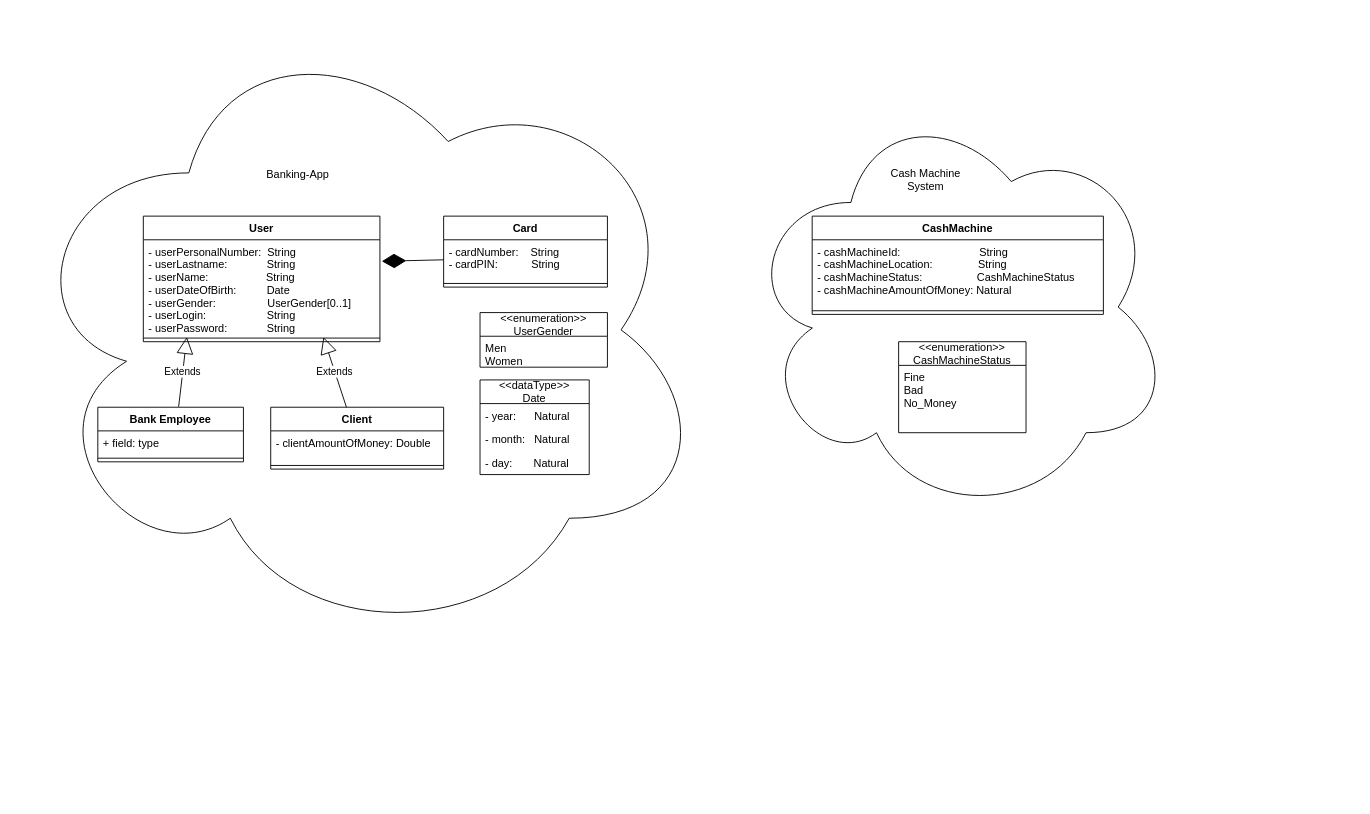
Before: system-documents/project_model.drawio in ramzesmosiej/banking-system, a draw.io diagram. Source tidied: cells renumbered, new cells numbered last; positions are measured from the earlier drawing's top-left corner, leaving out a move shared by most shapes. Both pictures are drawn from the tidied source at 91%, with x=0, y=0 at pixel (15, 15).
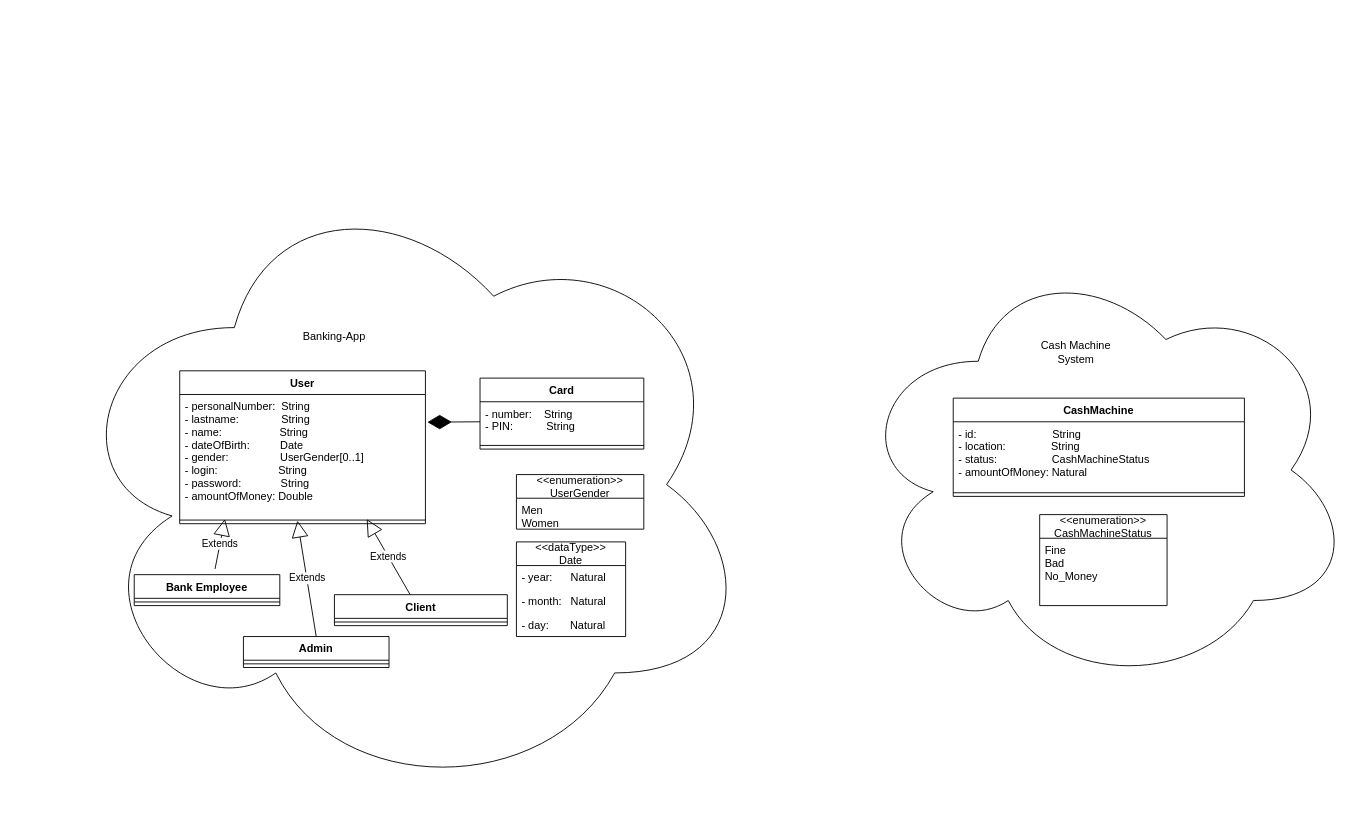
After the change.

Commit message (it also covers changes not shown here):
correct table property names, add admin entity, remove screens now there is one jpg file

The edit, as a diff of the source:
```diff
@@
     <mxCell id="2" style="ellipse;shape=cloud;whiteSpace=wrap;html=1;" parent="1" vertex="1">
-      <mxGeometry x="800" y="90" width="470" height="460" as="geometry" />
+      <mxGeometry x="920" y="260" width="550" height="478" as="geometry" />
     </mxCell>
     <mxCell id="3" style="ellipse;shape=cloud;whiteSpace=wrap;html=1;" parent="1" vertex="1">
-      <mxGeometry width="760" height="690" as="geometry" />
+      <mxGeometry x="50" y="170" width="760" height="690" as="geometry" />
     </mxCell>
     <mxCell id="4" value="User" style="swimlane;fontStyle=1;align=center;verticalAlign=top;horizontal=1;startSize=26;" parent="1" vertex="1">
-      <mxGeometry x="140" y="220" width="260" height="138" as="geometry" />
+      <mxGeometry x="180" y="390" width="270" height="168" as="geometry" />
     </mxCell>
-    <mxCell id="5" value="- userPersonalNumber:  String&#10;- userLastname:             String&#10;- userName:                   String&#10;- userDateOfBirth:          Date&#10;- userGender:                 UserGender[0..1]&#10;- userLogin:                    String&#10;- userPassword:             String" style="text;strokeColor=none;fillColor=none;align=left;verticalAlign=top;spacingLeft=4;spacingRight=4;overflow=hidden;points=[[0,0.5],[1,0.5]];portConstraint=eastwest;" parent="4" vertex="1">
-      <mxGeometry y="26" width="260" height="104" as="geometry" />
+    <mxCell id="5" value="- personalNumber:  String&#10;- lastname:              String&#10;- name:                   String&#10;- dateOfBirth:          Date&#10;- gender:                 UserGender[0..1]&#10;- login:                    String&#10;- password:             String&#10;- amountOfMoney: Double" style="text;strokeColor=none;fillColor=none;align=left;verticalAlign=top;spacingLeft=4;spacingRight=4;overflow=hidden;points=[[0,0.5],[1,0.5]];portConstraint=eastwest;" parent="4" vertex="1">
+      <mxGeometry y="26" width="270" height="134" as="geometry" />
     </mxCell>
     <mxCell id="6" style="line;strokeWidth=1;fillColor=none;align=left;verticalAlign=middle;spacingTop=-1;spacingLeft=3;spacingRight=3;labelPosition=right;points=[];portConstraint=eastwest;strokeColor=inherit;" parent="4" vertex="1">
-      <mxGeometry y="130" width="260" height="8" as="geometry" />
+      <mxGeometry y="160" width="270" height="8" as="geometry" />
     </mxCell>
     <mxCell id="7" value="Bank Employee" style="swimlane;fontStyle=1;align=center;verticalAlign=top;horizontal=1;startSize=26;" parent="1" vertex="1">
-      <mxGeometry x="90" y="430" width="160" height="60" as="geometry" />
+      <mxGeometry x="130" y="614" width="160" height="34" as="geometry" />
     </mxCell>
-    <mxCell id="8" value="+ field: type" style="text;strokeColor=none;fillColor=none;align=left;verticalAlign=top;spacingLeft=4;spacingRight=4;overflow=hidden;" parent="7" vertex="1">
-      <mxGeometry y="26" width="160" height="26" as="geometry" />
-    </mxCell>
     <mxCell id="9" style="line;strokeWidth=1;fillColor=none;align=left;verticalAlign=middle;spacingTop=-1;spacingLeft=3;spacingRight=3;labelPosition=right;strokeColor=inherit;" parent="7" vertex="1">
-      <mxGeometry y="52" width="160" height="8" as="geometry" />
+      <mxGeometry y="26" width="160" height="8" as="geometry" />
     </mxCell>
     <mxCell id="10" value="&lt;&lt;enumeration&gt;&gt;&#10;UserGender" style="swimlane;fontStyle=0;horizontal=1;startSize=26;fillColor=none;" parent="1" vertex="1">
-      <mxGeometry x="510" y="326" width="140" height="60" as="geometry" />
+      <mxGeometry x="550" y="504" width="140" height="60" as="geometry" />
     </mxCell>
@@
     <mxCell id="12" value="&lt;&lt;dataType&gt;&gt;&#10;Date" style="swimlane;fontStyle=0;horizontal=1;startSize=26;fillColor=none;" parent="1" vertex="1">
-      <mxGeometry x="510" y="400" width="120" height="104" as="geometry" />
+      <mxGeometry x="550" y="578" width="120" height="104" as="geometry" />
     </mxCell>
@@
-    <mxCell id="16" value="Extends" style="endArrow=block;endSize=16;endFill=0;html=1;rounded=0;entryX=0.184;entryY=0.363;entryDx=0;entryDy=0;entryPerimeter=0;exitX=0.555;exitY=-0.009;exitDx=0;exitDy=0;exitPerimeter=0;" parent="1" edge="1" source="7" target="6">
-      <mxGeometry relative="1" as="geometry" />
+    <mxCell id="16" value="Extends" style="endArrow=block;endSize=16;endFill=0;html=1;rounded=0;entryX=0.184;entryY=0.363;entryDx=0;entryDy=0;entryPerimeter=0;exitX=0.555;exitY=-0.009;exitDx=0;exitDy=0;exitPerimeter=0;" parent="1" edge="1" target="6">
+      <mxGeometry relative="1" as="geometry">
+        <mxPoint x="218.8" y="607.7" as="sourcePoint" />
+      </mxGeometry>
     </mxCell>
     <mxCell id="17" value="Client" style="swimlane;fontStyle=1;align=center;verticalAlign=top;horizontal=1;startSize=26;" parent="1" vertex="1">
-      <mxGeometry x="280" y="430" width="190" height="68" as="geometry" />
+      <mxGeometry x="350" y="636" width="190" height="34" as="geometry" />
     </mxCell>
-    <mxCell id="18" value="- clientAmountOfMoney: Double" style="text;strokeColor=none;fillColor=none;align=left;verticalAlign=top;spacingLeft=4;spacingRight=4;overflow=hidden;" parent="17" vertex="1">
-      <mxGeometry y="26" width="190" height="34" as="geometry" />
-    </mxCell>
     <mxCell id="19" style="line;strokeWidth=1;fillColor=none;align=left;verticalAlign=middle;spacingTop=-1;spacingLeft=3;spacingRight=3;labelPosition=right;strokeColor=inherit;" parent="17" vertex="1">
-      <mxGeometry y="60" width="190" height="8" as="geometry" />
+      <mxGeometry y="26" width="190" height="8" as="geometry" />
     </mxCell>
@@
     <mxCell id="21" value="Card" style="swimlane;fontStyle=1;align=center;verticalAlign=top;horizontal=1;startSize=26;" parent="1" vertex="1">
-      <mxGeometry x="470" y="220" width="180" height="78" as="geometry" />
+      <mxGeometry x="510" y="398" width="180" height="78" as="geometry" />
     </mxCell>
-    <mxCell id="22" value="- cardNumber:    String&#10;- cardPIN:           String&#10;" style="text;strokeColor=none;fillColor=none;align=left;verticalAlign=top;spacingLeft=4;spacingRight=4;overflow=hidden;points=[[0,0.5],[1,0.5]];portConstraint=eastwest;" parent="21" vertex="1">
+    <mxCell id="22" value="- number:    String&#10;- PIN:           String&#10;" style="text;strokeColor=none;fillColor=none;align=left;verticalAlign=top;spacingLeft=4;spacingRight=4;overflow=hidden;points=[[0,0.5],[1,0.5]];portConstraint=eastwest;" parent="21" vertex="1">
       <mxGeometry y="26" width="180" height="44" as="geometry" />
     </mxCell>
@@
     <mxCell id="25" value="Banking-App" style="text;html=1;strokeColor=none;fillColor=none;align=center;verticalAlign=middle;whiteSpace=wrap;rounded=0;" parent="1" vertex="1">
-      <mxGeometry x="270" y="160" width="80" height="30" as="geometry" />
+      <mxGeometry x="310" y="338" width="80" height="30" as="geometry" />
     </mxCell>
     <mxCell id="26" value="CashMachine" style="swimlane;fontStyle=1;align=center;verticalAlign=top;horizontal=1;startSize=26;" parent="1" vertex="1">
-      <mxGeometry x="875" y="220" width="320" height="108" as="geometry" />
+      <mxGeometry x="1030" y="420" width="320" height="108" as="geometry" />
     </mxCell>
-    <mxCell id="27" value="- cashMachineId:                          String&#10;- cashMachineLocation:               String&#10;- cashMachineStatus:                  CashMachineStatus&#10;- cashMachineAmountOfMoney: Natural&#10;" style="text;strokeColor=none;fillColor=none;align=left;verticalAlign=top;spacingLeft=4;spacingRight=4;overflow=hidden;" parent="26" vertex="1">
+    <mxCell id="27" value="- id:                         String&#10;- location:               String&#10;- status:                  CashMachineStatus&#10;- amountOfMoney: Natural&#10;" style="text;strokeColor=none;fillColor=none;align=left;verticalAlign=top;spacingLeft=4;spacingRight=4;overflow=hidden;" parent="26" vertex="1">
       <mxGeometry y="26" width="320" height="74" as="geometry" />
     </mxCell>
@@
     <mxCell id="29" value="&lt;&lt;enumeration&gt;&gt;&#10;CashMachineStatus" style="swimlane;fontStyle=0;horizontal=1;startSize=26;fillColor=none;" parent="1" vertex="1">
-      <mxGeometry x="970" y="358" width="140" height="100" as="geometry" />
+      <mxGeometry x="1125" y="548" width="140" height="100" as="geometry" />
     </mxCell>
@@
     <mxCell id="31" value="Cash Machine System" style="text;html=1;strokeColor=none;fillColor=none;align=center;verticalAlign=middle;whiteSpace=wrap;rounded=0;" parent="1" vertex="1">
-      <mxGeometry x="950" y="150" width="100" height="60" as="geometry" />
+      <mxGeometry x="1115" y="340" width="100" height="60" as="geometry" />
     </mxCell>
+    <mxCell id="32" value="Admin" style="swimlane;fontStyle=1;align=center;verticalAlign=top;horizontal=1;startSize=26;" parent="1" vertex="1">
+      <mxGeometry x="250" y="682" width="160" height="34" as="geometry" />
+    </mxCell>
+    <mxCell id="33" style="line;strokeWidth=1;fillColor=none;align=left;verticalAlign=middle;spacingTop=-1;spacingLeft=3;spacingRight=3;labelPosition=right;strokeColor=inherit;" parent="32" vertex="1">
+      <mxGeometry y="26" width="160" height="8" as="geometry" />
+    </mxCell>
+    <mxCell id="34" value="Extends" style="endArrow=block;endSize=16;endFill=0;html=1;rounded=0;exitX=0.5;exitY=0;exitDx=0;exitDy=0;entryX=0.479;entryY=0.583;entryDx=0;entryDy=0;entryPerimeter=0;" parent="1" edge="1" source="32" target="6">
+      <mxGeometry relative="1" as="geometry" />
+    </mxCell>
```
